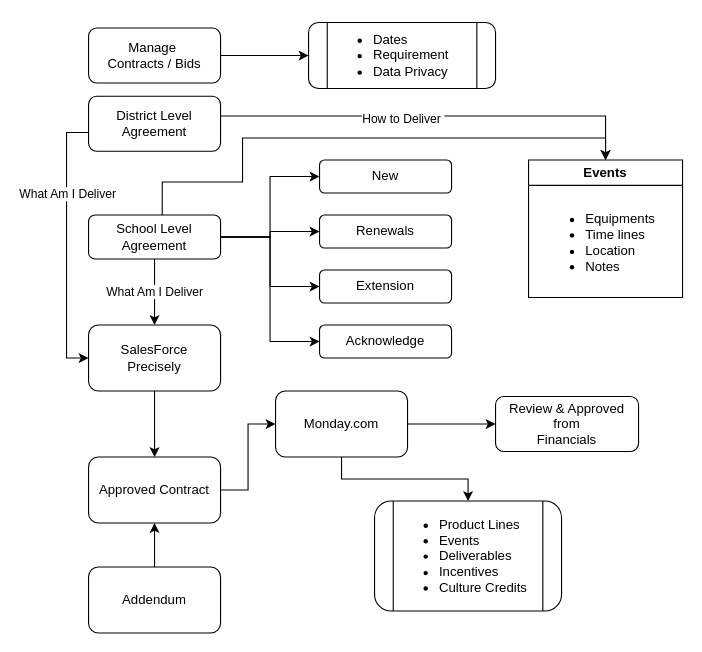
Before: page "Contract" (3 of 11) of 11.drawio in ai-next-zen/diagrams, a draw.io diagram. Source tidied: cells renumbered, new cells numbered last; positions are measured from the earlier drawing's top-left corner, leaving out a move shared by most shapes. Both pictures are drawn from the tidied source at 110%, with x=0, y=0 at pixel (66, 22).
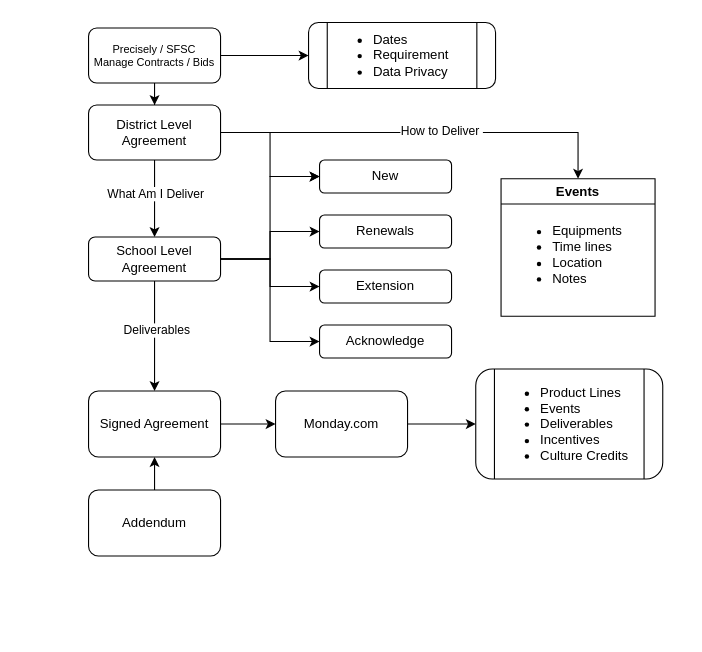
The same diagram, later.

Unchanged cells that the change refers to:
```xml
<mxCell id="17" value="New" style="rounded=1;whiteSpace=wrap;html=1;" parent="1" vertex="1">
  <mxGeometry x="230" y="125" width="120" height="30" as="geometry" />
</mxCell>
```

Change to the diagram source:
```diff
@@
+    <mxCell id="34" style="edgeStyle=orthogonalEdgeStyle;rounded=0;jettySize=auto;html=1;" parent="1" edge="1" source="3" target="9">
+      <mxGeometry relative="1" as="geometry" />
+    </mxCell>
-    <mxCell id="3" value="Manage&amp;nbsp;&lt;div&gt;Contracts / Bids&lt;/div&gt;" style="rounded=1;whiteSpace=wrap;html=1;" parent="1" vertex="1">
+    <mxCell id="3" value="&lt;div&gt;&lt;font&gt;&lt;span&gt;Precisely / SFSC&lt;/span&gt;&lt;/font&gt;&lt;/div&gt;&lt;font&gt;Manage&amp;nbsp;&lt;/font&gt;&lt;span style=&quot;background-color: transparent; color: light-dark(rgb(0, 0, 0), rgb(255, 255, 255));&quot;&gt;Contracts / Bids&lt;/span&gt;" style="rounded=1;whiteSpace=wrap;html=1;fontSize=10;" parent="1" vertex="1">
       <mxGeometry x="20" y="5" width="120" height="50" as="geometry" />
     </mxCell>
@@
-    <mxCell id="5" style="edgeStyle=orthogonalEdgeStyle;rounded=0;jettySize=auto;html=1;entryX=0;entryY=0.5;entryDx=0;entryDy=0;" parent="1" edge="1" source="9" target="32">
-      <mxGeometry relative="1" as="geometry">
-        <Array as="points">
-          <mxPoint y="100" />
-          <mxPoint y="305" />
-        </Array>
-      </mxGeometry>
+    <mxCell id="5" style="edgeStyle=orthogonalEdgeStyle;rounded=0;jettySize=auto;html=1;" parent="1" edge="1" source="9" target="16">
+      <mxGeometry relative="1" as="geometry" />
     </mxCell>
     <mxCell id="6" value="What Am I Deliver" style="edgeLabel;html=1;align=center;verticalAlign=middle;" parent="5" vertex="1">
-      <mxGeometry x="-0.14" relative="1" as="geometry">
-        <mxPoint y="-30" as="offset" />
-      </mxGeometry>
+      <mxGeometry x="-0.14" relative="1" as="geometry" />
     </mxCell>
+    <mxCell id="35" style="edgeStyle=orthogonalEdgeStyle;rounded=0;jettySize=auto;html=1;" parent="1" edge="1" source="9" target="17">
+      <mxGeometry relative="1" as="geometry" />
+    </mxCell>
     <mxCell id="7" style="edgeStyle=orthogonalEdgeStyle;rounded=0;jettySize=auto;html=1;entryX=0.5;entryY=0;entryDx=0;entryDy=0;" parent="1" edge="1" source="9" target="29">
       <mxGeometry relative="1" as="geometry">
         <Array as="points">
-          <mxPoint x="490" y="85" />
+          <mxPoint x="465" y="100" />
         </Array>
       </mxGeometry>
     </mxCell>
     <mxCell id="8" value="How to Deliver&amp;nbsp;" style="edgeLabel;html=1;align=center;verticalAlign=middle;" parent="7" vertex="1">
-      <mxGeometry x="0.08" y="-2" relative="1" as="geometry">
-        <mxPoint x="-46" as="offset" />
-      </mxGeometry>
+      <mxGeometry x="0.09" y="2" relative="1" as="geometry" />
     </mxCell>
     <mxCell id="9" value="District Level Agreement" style="rounded=1;whiteSpace=wrap;html=1;" parent="1" vertex="1">
-      <mxGeometry x="20" y="67" width="120" height="50" as="geometry" />
+      <mxGeometry x="20" y="75" width="120" height="50" as="geometry" />
     </mxCell>
@@
-    <mxCell id="14" value="What Am I Deliver" style="edgeStyle=orthogonalEdgeStyle;rounded=0;jettySize=auto;html=1;" parent="1" edge="1" source="16" target="32">
-      <mxGeometry relative="1" as="geometry" />
-    </mxCell>
-    <mxCell id="15" style="edgeStyle=orthogonalEdgeStyle;rounded=0;jettySize=auto;html=1;entryX=0.5;entryY=0;entryDx=0;entryDy=0;exitX=0.558;exitY=0.25;exitDx=0;exitDy=0;exitPerimeter=0;" parent="1" edge="1" source="16" target="29">
-      <mxGeometry relative="1" as="geometry">
-        <Array as="points">
-          <mxPoint x="87" y="145" />
-          <mxPoint x="160" y="145" />
-          <mxPoint x="160" y="105" />
-          <mxPoint x="490" y="105" />
-        </Array>
-      </mxGeometry>
-    </mxCell>
+    <mxCell id="36" style="edgeStyle=orthogonalEdgeStyle;rounded=0;jettySize=auto;html=1;" parent="1" edge="1" source="16" target="22">
+      <mxGeometry relative="1" as="geometry" />
+    </mxCell>
+    <mxCell id="37" value="Deliverables" style="edgeLabel;html=1;align=center;verticalAlign=middle;" parent="36" vertex="1">
+      <mxGeometry x="-0.12" y="1" relative="1" as="geometry" />
+    </mxCell>
     <mxCell id="16" value="School Level&lt;div&gt;Agreement&lt;/div&gt;" style="whiteSpace=wrap;html=1;rounded=1;" parent="1" vertex="1">
-      <mxGeometry x="20" y="175" width="120" height="40" as="geometry" />
+      <mxGeometry x="20" y="195" width="120" height="40" as="geometry" />
     </mxCell>
@@
-    <mxCell id="22" value="Approved Contract" style="whiteSpace=wrap;html=1;rounded=1;" parent="1" vertex="1">
-      <mxGeometry x="20" y="395" width="120" height="60" as="geometry" />
+    <mxCell id="22" value="Signed Agreement" style="whiteSpace=wrap;html=1;rounded=1;" parent="1" vertex="1">
+      <mxGeometry x="20" y="335" width="120" height="60" as="geometry" />
     </mxCell>
@@
     <mxCell id="24" value="Addendum" style="whiteSpace=wrap;html=1;rounded=1;" parent="1" vertex="1">
-      <mxGeometry x="20" y="495" width="120" height="60" as="geometry" />
+      <mxGeometry x="20" y="425" width="120" height="60" as="geometry" />
     </mxCell>
@@
-    <mxCell id="26" style="edgeStyle=orthogonalEdgeStyle;rounded=0;jettySize=auto;html=1;" parent="1" edge="1" source="27" target="33">
-      <mxGeometry relative="1" as="geometry" />
-    </mxCell>
-    <mxCell id="27" value="&lt;div&gt;&lt;div&gt;Monday.com&lt;/div&gt;&lt;/div&gt;" style="whiteSpace=wrap;html=1;rounded=1;" parent="1" vertex="1">
+    <mxCell id="27" value="&lt;div&gt;Monday.com&lt;/div&gt;" style="whiteSpace=wrap;html=1;rounded=1;" parent="1" vertex="1">
       <mxGeometry x="190" y="335" width="120" height="60" as="geometry" />
     </mxCell>
     <mxCell id="28" value="&lt;ul&gt;&lt;li&gt;Product Lines&lt;/li&gt;&lt;li&gt;Events&lt;/li&gt;&lt;li&gt;Deliverables&lt;/li&gt;&lt;li&gt;Incentives&lt;/li&gt;&lt;li&gt;Culture Credits&amp;nbsp;&amp;nbsp;&lt;/li&gt;&lt;/ul&gt;" style="shape=process;whiteSpace=wrap;html=1;backgroundOutline=1;rounded=1;align=left;" parent="1" vertex="1">
-      <mxGeometry x="280" y="435" width="170" height="100" as="geometry" />
+      <mxGeometry x="372" y="315" width="170" height="100" as="geometry" />
     </mxCell>
     <mxCell id="29" value="Events" style="swimlane;whiteSpace=wrap;html=1;" parent="1" vertex="1">
-      <mxGeometry x="420" y="125" width="140" height="125" as="geometry" />
+      <mxGeometry x="395" y="142" width="140" height="125" as="geometry" />
     </mxCell>
     <mxCell id="30" value="&lt;ul&gt;&lt;li&gt;Equipments&lt;/li&gt;&lt;li&gt;Time lines&lt;/li&gt;&lt;li&gt;Location&lt;/li&gt;&lt;li&gt;Notes&lt;/li&gt;&lt;/ul&gt;" style="text;html=1;align=left;verticalAlign=middle;strokeColor=none;fillColor=none;" parent="29" vertex="1">
-      <mxGeometry x="10" y="25" width="130" height="100" as="geometry" />
+      <mxGeometry x="5" y="19" width="130" height="100" as="geometry" />
     </mxCell>
-    <mxCell id="31" style="edgeStyle=orthogonalEdgeStyle;rounded=0;jettySize=auto;html=1;" parent="1" edge="1" source="32" target="22">
-      <mxGeometry relative="1" as="geometry" />
-    </mxCell>
-    <mxCell id="32" value="SalesForce&lt;div&gt;Precisely&lt;/div&gt;" style="whiteSpace=wrap;html=1;rounded=1;" parent="1" vertex="1">
-      <mxGeometry x="20" y="275" width="120" height="60" as="geometry" />
-    </mxCell>
-    <mxCell id="33" value="&lt;div&gt;&lt;div&gt;Review &amp;amp; Approved&lt;/div&gt;&lt;/div&gt;&lt;div&gt;from&lt;/div&gt;&lt;div&gt;Financials&lt;/div&gt;" style="whiteSpace=wrap;html=1;rounded=1;" parent="1" vertex="1">
-      <mxGeometry x="390" y="340" width="130" height="50" as="geometry" />
-    </mxCell>
```
